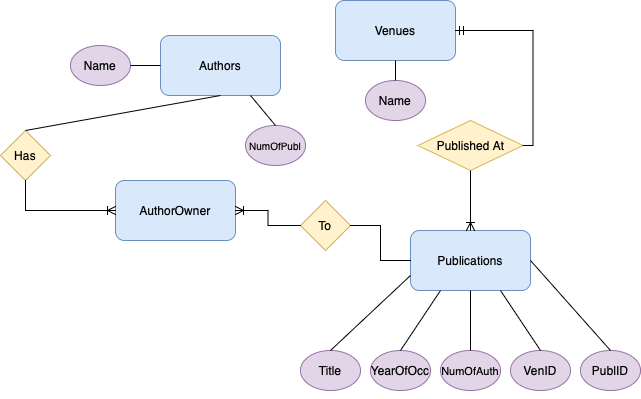
Earlier version of the draw.io export ER_Diagram.png (FChamb/CS1003_P3). Source tidied: cells renumbered, new cells last; positions are measured from the earlier drawing's top-left corner, leaving out a move shared by most shapes.
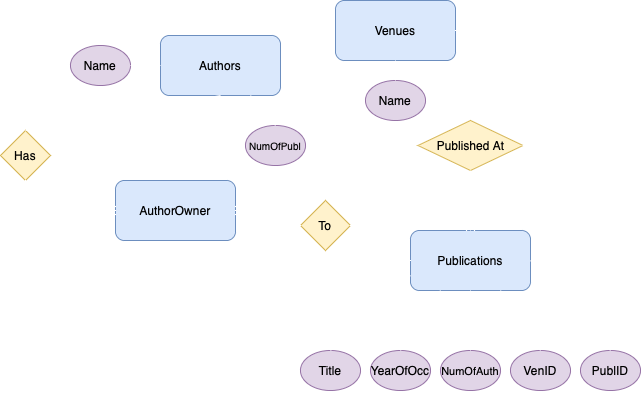
After the commit.

Change to the diagram source:
```diff
@@ -17,16 +17,16 @@
     <mxCell id="6" value="Name" style="ellipse;whiteSpace=wrap;html=1;fillColor=#e1d5e7;strokeColor=#9673a6;" parent="1" vertex="1">
       <mxGeometry x="365" y="80" width="60" height="40" as="geometry" />
     </mxCell>
-    <mxCell id="7" style="endArrow=none;html=1;rounded=0;exitX=1;exitY=0.5;exitDx=0;exitDy=0;entryX=0;entryY=0.5;entryDx=0;entryDy=0;" parent="1" edge="1" source="5" target="2">
+    <mxCell id="7" style="endArrow=none;html=1;rounded=0;exitX=1;exitY=0.5;exitDx=0;exitDy=0;entryX=0;entryY=0.5;entryDx=0;entryDy=0;strokeColor=#FFFFFF;" parent="1" edge="1" source="5" target="2">
       <mxGeometry relative="1" as="geometry" />
     </mxCell>
     <mxCell id="8" value="&lt;font style=&quot;font-size: 10px;&quot;&gt;NumOfPubl&lt;/font&gt;" style="ellipse;whiteSpace=wrap;html=1;fillColor=#e1d5e7;strokeColor=#9673a6;" parent="1" vertex="1">
       <mxGeometry x="245" y="125" width="60" height="40" as="geometry" />
     </mxCell>
-    <mxCell id="9" style="endArrow=none;html=1;rounded=0;exitX=0.5;exitY=0;exitDx=0;exitDy=0;entryX=0.75;entryY=1;entryDx=0;entryDy=0;" parent="1" edge="1" source="8" target="2">
+    <mxCell id="9" style="endArrow=none;html=1;rounded=0;exitX=0.5;exitY=0;exitDx=0;exitDy=0;entryX=0.75;entryY=1;entryDx=0;entryDy=0;strokeColor=#FFFFFF;" parent="1" edge="1" source="8" target="2">
       <mxGeometry relative="1" as="geometry" />
     </mxCell>
-    <mxCell id="10" style="endArrow=none;html=1;rounded=0;exitX=0.5;exitY=0;exitDx=0;exitDy=0;entryX=0.5;entryY=1;entryDx=0;entryDy=0;" parent="1" edge="1" source="6" target="4">
+    <mxCell id="10" style="endArrow=none;html=1;rounded=0;exitX=0.5;exitY=0;exitDx=0;exitDy=0;entryX=0.5;entryY=1;entryDx=0;entryDy=0;strokeColor=#FFFFFF;" parent="1" edge="1" source="6" target="4">
       <mxGeometry relative="1" as="geometry" />
     </mxCell>
     <mxCell id="11" value="AuthorOwner" style="rounded=1;whiteSpace=wrap;html=1;fillColor=#dae8fc;strokeColor=#6c8ebf;" parent="1" vertex="1">
@@ -50,19 +50,19 @@
     <mxCell id="17" style="edgeStyle=orthogonalEdgeStyle;rounded=0;orthogonalLoop=1;jettySize=auto;html=1;exitX=0.5;exitY=1;exitDx=0;exitDy=0;" parent="1" edge="1" source="13" target="13">
       <mxGeometry relative="1" as="geometry" />
     </mxCell>
-    <mxCell id="18" style="endArrow=none;html=1;rounded=0;exitX=0.5;exitY=0;exitDx=0;exitDy=0;entryX=0;entryY=0.75;entryDx=0;entryDy=0;" parent="1" edge="1" source="12" target="3">
+    <mxCell id="18" style="endArrow=none;html=1;rounded=0;exitX=0.5;exitY=0;exitDx=0;exitDy=0;entryX=0;entryY=0.75;entryDx=0;entryDy=0;strokeColor=#FFFFFF;" parent="1" edge="1" source="12" target="3">
       <mxGeometry relative="1" as="geometry" />
     </mxCell>
-    <mxCell id="19" style="endArrow=none;html=1;rounded=0;exitX=0.5;exitY=0;exitDx=0;exitDy=0;entryX=0.25;entryY=1;entryDx=0;entryDy=0;" parent="1" edge="1" source="14" target="3">
+    <mxCell id="19" style="endArrow=none;html=1;rounded=0;exitX=0.5;exitY=0;exitDx=0;exitDy=0;entryX=0.25;entryY=1;entryDx=0;entryDy=0;strokeColor=#FFFFFF;" parent="1" edge="1" source="14" target="3">
       <mxGeometry relative="1" as="geometry" />
     </mxCell>
-    <mxCell id="20" style="endArrow=none;html=1;rounded=0;entryX=0.5;entryY=1;entryDx=0;entryDy=0;exitX=0.5;exitY=0;exitDx=0;exitDy=0;" parent="1" edge="1" source="13" target="3">
+    <mxCell id="20" style="endArrow=none;html=1;rounded=0;entryX=0.5;entryY=1;entryDx=0;entryDy=0;exitX=0.5;exitY=0;exitDx=0;exitDy=0;strokeColor=#FFFFFF;" parent="1" edge="1" source="13" target="3">
       <mxGeometry relative="1" as="geometry" />
     </mxCell>
-    <mxCell id="21" style="endArrow=none;html=1;rounded=0;entryX=0.75;entryY=1;entryDx=0;entryDy=0;exitX=0.5;exitY=0;exitDx=0;exitDy=0;" parent="1" edge="1" source="16" target="3">
+    <mxCell id="21" style="endArrow=none;html=1;rounded=0;entryX=0.75;entryY=1;entryDx=0;entryDy=0;exitX=0.5;exitY=0;exitDx=0;exitDy=0;strokeColor=#FFFFFF;" parent="1" edge="1" source="16" target="3">
       <mxGeometry relative="1" as="geometry" />
     </mxCell>
-    <mxCell id="22" style="endArrow=none;html=1;rounded=0;entryX=1;entryY=0.5;entryDx=0;entryDy=0;exitX=0.5;exitY=0;exitDx=0;exitDy=0;" parent="1" edge="1" source="15" target="3">
+    <mxCell id="22" style="endArrow=none;html=1;rounded=0;entryX=1;entryY=0.5;entryDx=0;entryDy=0;exitX=0.5;exitY=0;exitDx=0;exitDy=0;strokeColor=#FFFFFF;" parent="1" edge="1" source="15" target="3">
       <mxGeometry relative="1" as="geometry" />
     </mxCell>
     <mxCell id="23" value="Has" style="rhombus;whiteSpace=wrap;html=1;fillColor=#fff2cc;strokeColor=#d6b656;" parent="1" vertex="1">
@@ -71,27 +71,27 @@
     <mxCell id="24" value="Published At" style="rhombus;whiteSpace=wrap;html=1;fillColor=#fff2cc;strokeColor=#d6b656;" parent="1" vertex="1">
       <mxGeometry x="417.5" y="120" width="105" height="50" as="geometry" />
     </mxCell>
-    <mxCell id="25" style="endArrow=none;html=1;rounded=0;entryX=0.5;entryY=1;entryDx=0;entryDy=0;exitX=0.5;exitY=0;exitDx=0;exitDy=0;" parent="1" edge="1" source="23" target="2">
+    <mxCell id="25" style="endArrow=none;html=1;rounded=0;entryX=0.5;entryY=1;entryDx=0;entryDy=0;exitX=0.5;exitY=0;exitDx=0;exitDy=0;strokeColor=#FFFFFF;" parent="1" edge="1" source="23" target="2">
       <mxGeometry relative="1" as="geometry" />
     </mxCell>
     <mxCell id="26" value="To" style="rhombus;whiteSpace=wrap;html=1;fillColor=#fff2cc;strokeColor=#d6b656;" parent="1" vertex="1">
       <mxGeometry x="300" y="200" width="50" height="50" as="geometry" />
     </mxCell>
-    <mxCell id="27" style="edgeStyle=orthogonalEdgeStyle;fontSize=12;html=1;endArrow=ERoneToMany;rounded=0;entryX=1;entryY=0.5;entryDx=0;entryDy=0;exitX=0;exitY=0.5;exitDx=0;exitDy=0;" parent="1" edge="1" source="26" target="11">
+    <mxCell id="27" style="edgeStyle=orthogonalEdgeStyle;fontSize=12;html=1;endArrow=ERoneToMany;rounded=0;entryX=1;entryY=0.5;entryDx=0;entryDy=0;exitX=0;exitY=0.5;exitDx=0;exitDy=0;strokeColor=#FFFFFF;" parent="1" edge="1" source="26" target="11">
       <mxGeometry relative="1" as="geometry" />
     </mxCell>
-    <mxCell id="28" style="fontSize=12;html=1;endArrow=ERoneToMany;rounded=0;exitX=0.5;exitY=1;exitDx=0;exitDy=0;entryX=0;entryY=0.5;entryDx=0;entryDy=0;edgeStyle=orthogonalEdgeStyle;" parent="1" edge="1" source="23" target="11">
+    <mxCell id="28" style="fontSize=12;html=1;endArrow=ERoneToMany;rounded=0;exitX=0.5;exitY=1;exitDx=0;exitDy=0;entryX=0;entryY=0.5;entryDx=0;entryDy=0;edgeStyle=orthogonalEdgeStyle;strokeColor=#FFFFFF;" parent="1" edge="1" source="23" target="11">
       <mxGeometry relative="1" as="geometry" />
     </mxCell>
-    <mxCell id="29" style="endArrow=none;html=1;rounded=0;entryX=1;entryY=0.5;entryDx=0;entryDy=0;edgeStyle=orthogonalEdgeStyle;" parent="1" edge="1" target="26">
+    <mxCell id="29" style="endArrow=none;html=1;rounded=0;entryX=1;entryY=0.5;entryDx=0;entryDy=0;edgeStyle=orthogonalEdgeStyle;strokeColor=#FFFFFF;" parent="1" edge="1" target="26">
       <mxGeometry relative="1" as="geometry">
         <mxPoint x="410" y="260" as="sourcePoint" />
       </mxGeometry>
     </mxCell>
-    <mxCell id="30" style="edgeStyle=orthogonalEdgeStyle;fontSize=12;html=1;endArrow=ERmandOne;rounded=0;labelBackgroundColor=default;strokeColor=default;fontFamily=Helvetica;fontColor=default;shape=connector;entryX=1;entryY=0.5;entryDx=0;entryDy=0;exitX=1;exitY=0.5;exitDx=0;exitDy=0;" parent="1" edge="1" source="24" target="4">
+    <mxCell id="30" style="edgeStyle=orthogonalEdgeStyle;fontSize=12;html=1;endArrow=ERmandOne;rounded=0;labelBackgroundColor=default;fontFamily=Helvetica;fontColor=default;shape=connector;entryX=1;entryY=0.5;entryDx=0;entryDy=0;exitX=1;exitY=0.5;exitDx=0;exitDy=0;strokeColor=#FFFFFF;" parent="1" edge="1" source="24" target="4">
       <mxGeometry relative="1" as="geometry" />
     </mxCell>
-    <mxCell id="31" style="fontSize=12;html=1;endArrow=ERoneToMany;rounded=0;labelBackgroundColor=default;strokeColor=default;fontFamily=Helvetica;fontColor=default;shape=connector;entryX=0.5;entryY=0;entryDx=0;entryDy=0;exitX=0.5;exitY=1;exitDx=0;exitDy=0;" parent="1" edge="1" source="24" target="3">
+    <mxCell id="31" style="fontSize=12;html=1;endArrow=ERoneToMany;rounded=0;labelBackgroundColor=default;fontFamily=Helvetica;fontColor=default;shape=connector;entryX=0.5;entryY=0;entryDx=0;entryDy=0;exitX=0.5;exitY=1;exitDx=0;exitDy=0;strokeColor=#FFFFFF;" parent="1" edge="1" source="24" target="3">
       <mxGeometry relative="1" as="geometry" />
     </mxCell>
   </root>
```
